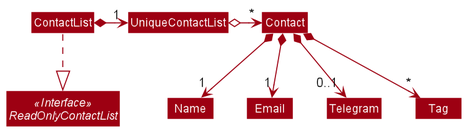
nus-cs2103-AY2021S1/tp keeps this PlantUML diagram as docs/images/ContactListDiagram.png. Above is the earlier version.
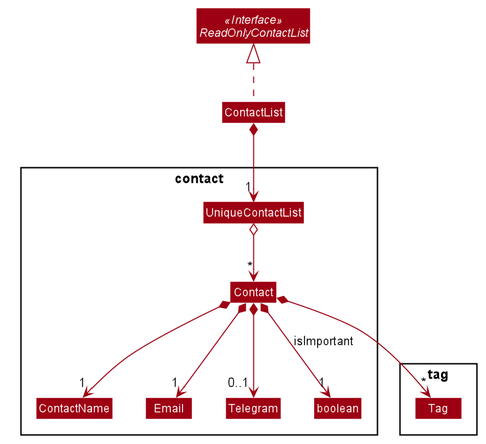
The same diagram one commit later.

Diff of the diagram source:
```diff
@@ -53,13 +53,28 @@
 
 Interface ReadOnlyContactList <<Interface>>
 
-ContactList *-right-> "1" UniqueContactList
-ContactList .down.|> ReadOnlyContactList
+Package contact {
+    Class UniqueContactList
+    Class Contact
+    Class ContactName
+    CLass Email
+    Class Telegram
+    Class boolean
+}
 
-UniqueContactList o-right->"*" Contact
+Package tag {
+    Class Tag
+}
 
-Contact *-->"1" Name
+ContactList *-down-> "1" UniqueContactList
+ContactList .up.|> ReadOnlyContactList
+
+UniqueContactList o-down->"*" Contact
+
+Contact *-->"1" ContactName
 Contact *-->"1" Email
 Contact *-->"0..1" Telegram
+Contact *-->"1" boolean: isImportant
 Contact *-->"*" Tag
+
 @enduml
```
